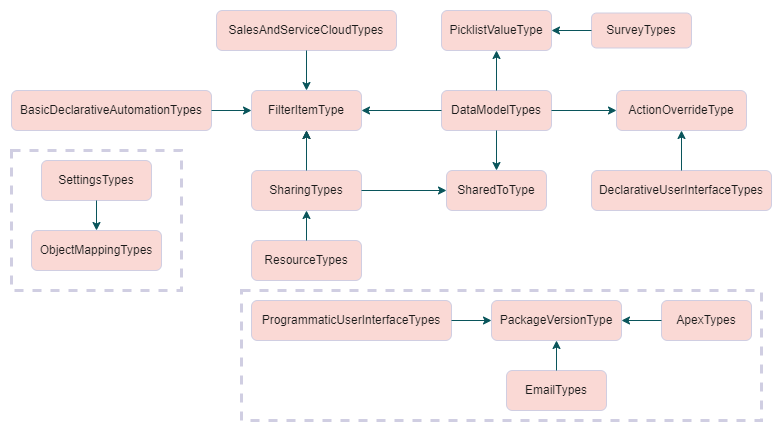
Before: package_diagram.png, a diagram exported from draw.io (learnbenlearn/ApexMetadataAPI). Source tidied: cells renumbered, new cells last; positions are measured from the earlier drawing's top-left corner, leaving out a move shared by most shapes.
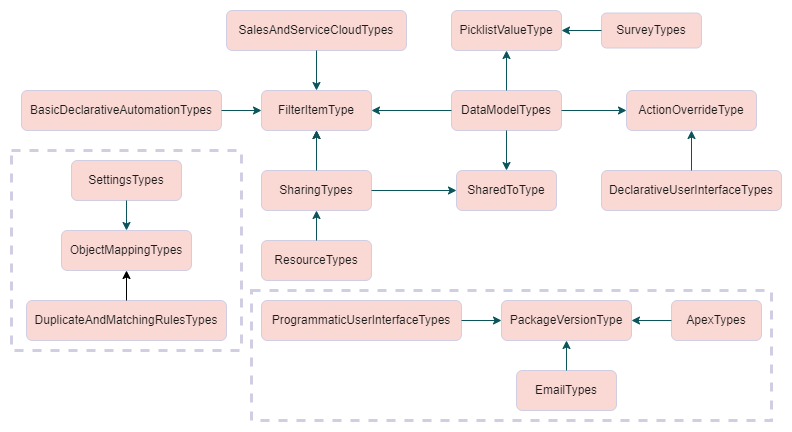
The same diagram one commit later.

Commit message:
creating package versions day 2

Diff of the diagram source:
```diff
@@ -3,7 +3,7 @@
     <mxCell id="0" />
     <mxCell id="1" parent="0" />
     <mxCell id="2" style="group;fontColor=#1A1A1A;" parent="1" vertex="1">
-      <mxGeometry width="760" height="310" as="geometry" />
+      <mxGeometry width="760" height="340" as="geometry" />
     </mxCell>
     <mxCell id="3" value="ResourceTypes" style="rounded=1;whiteSpace=wrap;html=1;fillColor=#FAD9D5;strokeColor=#D0CEE2;fontColor=#1A1A1A;" parent="2" vertex="1">
       <mxGeometry x="240" y="230" width="110" height="40" as="geometry" />
@@ -80,16 +80,19 @@
       </mxGeometry>
     </mxCell>
     <mxCell id="27" style="whiteSpace=wrap;html=1;rounded=0;strokeColor=#D0CEE2;strokeWidth=3;dashed=1;fillColor=none;fontColor=#1A1A1A;" parent="2" vertex="1">
-      <mxGeometry y="140" width="170" height="140" as="geometry" />
+      <mxGeometry x="-10" y="140" width="230" height="200" as="geometry" />
     </mxCell>
     <mxCell id="28" value="SettingsTypes" style="rounded=1;whiteSpace=wrap;html=1;fillColor=#FAD9D5;strokeColor=#D0CEE2;fontColor=#1A1A1A;" parent="2" vertex="1">
-      <mxGeometry x="30" y="150" width="110" height="40" as="geometry" />
+      <mxGeometry x="50" y="150" width="110" height="40" as="geometry" />
     </mxCell>
+    <mxCell id="41" value="DuplicateAndMatchingRulesTypes" style="rounded=1;whiteSpace=wrap;html=1;fillColor=#FAD9D5;strokeColor=#D0CEE2;fontColor=#1A1A1A;" parent="2" vertex="1">
+      <mxGeometry x="5" y="290" width="200" height="40" as="geometry" />
+    </mxCell>
     <mxCell id="29" style="group;fontColor=#1A1A1A;" parent="1" vertex="1">
       <mxGeometry x="20" y="220" width="130" height="110" as="geometry" />
     </mxCell>
     <mxCell id="30" value="ObjectMappingTypes" style="rounded=1;whiteSpace=wrap;html=1;fillColor=#FAD9D5;strokeColor=#D0CEE2;fontColor=#1A1A1A;" parent="29" vertex="1">
-      <mxGeometry width="130" height="40" as="geometry" />
+      <mxGeometry x="20" width="130" height="40" as="geometry" />
     </mxCell>
     <mxCell id="31" style="edgeStyle=orthogonalEdgeStyle;rounded=0;jettySize=auto;html=1;strokeColor=#09555B;fontColor=#1A1A1A;" parent="1" edge="1" source="28" target="30">
       <mxGeometry relative="1" as="geometry" />
@@ -121,5 +124,8 @@
     <mxCell id="40" style="rounded=0;whiteSpace=wrap;html=1;dashed=1;strokeColor=#D0CEE2;strokeWidth=3;fillColor=none;fontColor=#1A1A1A;" parent="32" vertex="1">
       <mxGeometry x="-10" y="-10" width="520" height="130" as="geometry" />
     </mxCell>
+    <mxCell id="42" style="edgeStyle=orthogonalEdgeStyle;rounded=0;jettySize=auto;html=1;" parent="1" edge="1" source="41" target="30">
+      <mxGeometry relative="1" as="geometry" />
+    </mxCell>
   </root>
 </mxGraphModel>
```
